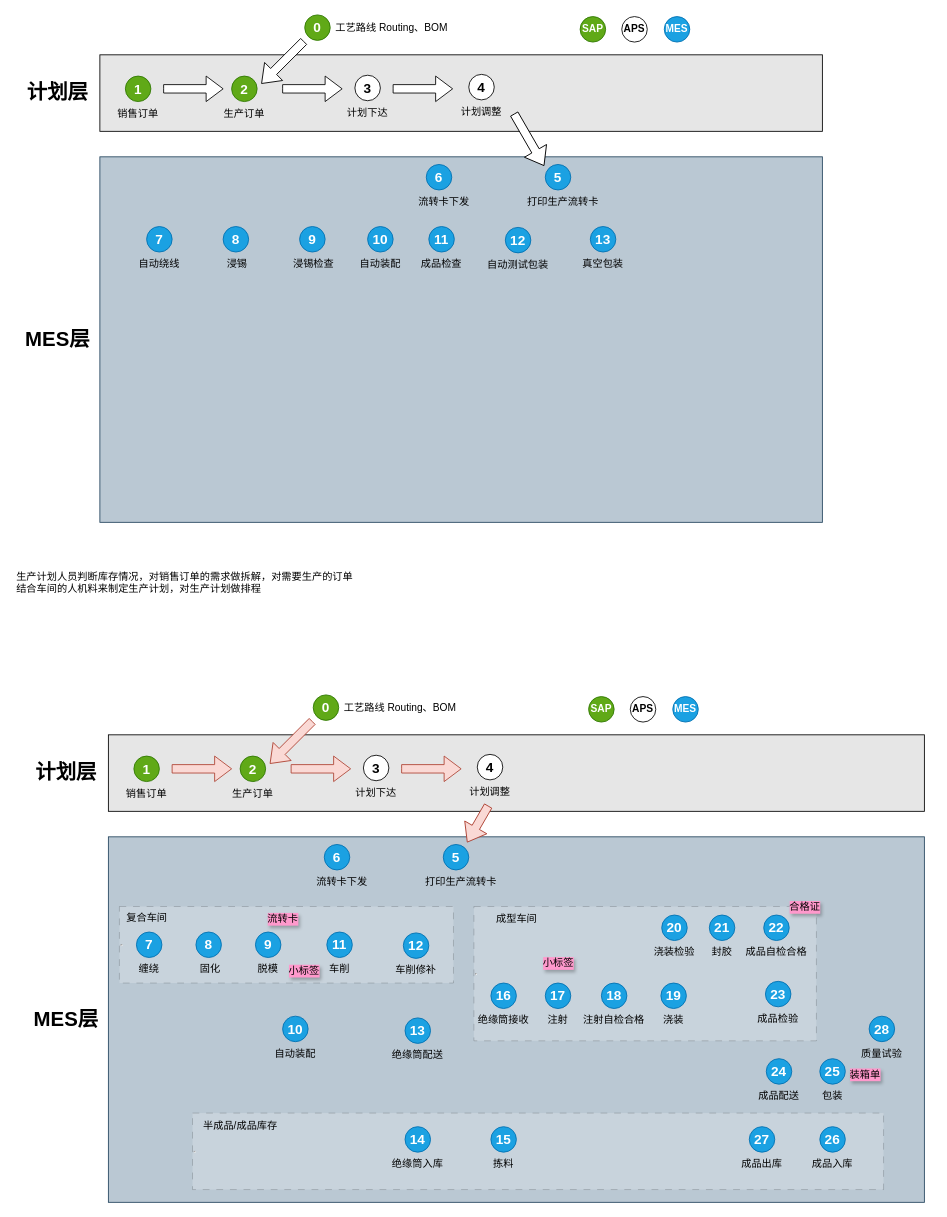
Above: MES.drawio in CJyoung524/DrawIO (draw.io), before the change. Source tidied: cells renumbered, new cells numbered last; positions are measured from the earlier drawing's top-left corner, leaving out a move shared by most shapes. Both pictures are drawn from the tidied source at 85%, with x=0, y=0 at pixel (14, 14).
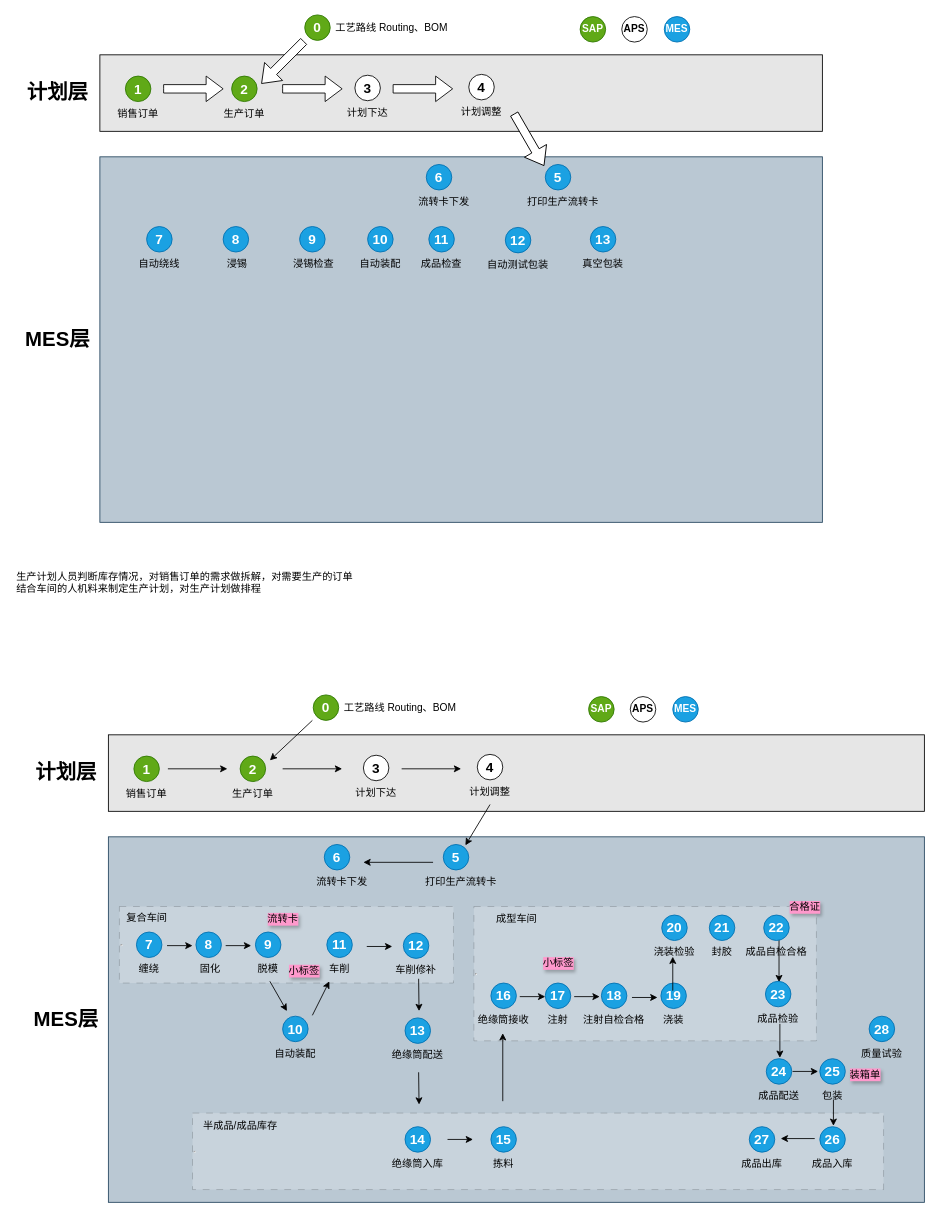
After the change.

Unchanged cells that the change refers to:
```xml
<mxCell id="81" style="group;" parent="1" vertex="1">
  <mxGeometry x="336" y="800" width="190" height="60" as="geometry" />
</mxCell>
<mxCell id="94" value="计划调整" style="text;html=1;align=center;verticalAlign=middle;whiteSpace=wrap;rounded=0;" parent="93" vertex="1">
  <mxGeometry y="30" width="60" height="30" as="geometry" />
</mxCell>
<mxCell id="168" style="group;" parent="167" vertex="1">
  <mxGeometry width="93" height="60" as="geometry" />
</mxCell>
<mxCell id="190" style="group;" parent="189" vertex="1">
  <mxGeometry width="90" height="60" as="geometry" />
</mxCell>
<mxCell id="193" style="group;" parent="1" vertex="1">
  <mxGeometry x="200" y="1077" width="330" height="76" as="geometry" />
</mxCell>
```

The edit, as a diff of the source:
```diff
@@
-    <mxCell id="74" style="html=1;shadow=0;dashed=0;align=center;verticalAlign=middle;shape=mxgraph.arrows2.arrow;dy=0.67;dx=20;notch=0;fillColor=#fad9d5;strokeColor=#ae4132;" parent="1" vertex="1">
-      <mxGeometry x="185" y="872" width="70" height="30" as="geometry" />
-    </mxCell>
@@
-    <mxCell id="84" style="html=1;shadow=0;dashed=0;align=center;verticalAlign=middle;shape=mxgraph.arrows2.arrow;dy=0.67;dx=20;notch=0;rotation=-225;fillColor=#fad9d5;strokeColor=#ae4132;" parent="1" vertex="1">
-      <mxGeometry x="290" y="841" width="70" height="30" as="geometry" />
-    </mxCell>
-    <mxCell id="85" style="html=1;shadow=0;dashed=0;align=center;verticalAlign=middle;shape=mxgraph.arrows2.arrow;dy=0.67;dx=20;notch=0;fillColor=#fad9d5;strokeColor=#ae4132;" parent="1" vertex="1">
-      <mxGeometry x="325" y="872" width="70" height="30" as="geometry" />
-    </mxCell>
+    <mxCell id="204" style="endArrow=classic;html=1;rounded=0;" parent="81" edge="1">
+      <mxGeometry relative="1" as="geometry">
+        <mxPoint x="14" y="30" as="sourcePoint" />
+        <mxPoint x="-36" y="77" as="targetPoint" />
+      </mxGeometry>
+    </mxCell>
@@
-    <mxCell id="87" style="html=1;shadow=0;dashed=0;align=center;verticalAlign=middle;shape=mxgraph.arrows2.arrow;dy=0.67;dx=20;notch=0;fillColor=#fad9d5;strokeColor=#ae4132;" parent="1" vertex="1">
-      <mxGeometry x="455" y="872" width="70" height="30" as="geometry" />
-    </mxCell>
@@
-    <mxCell id="137" style="html=1;shadow=0;dashed=0;align=center;verticalAlign=middle;shape=mxgraph.arrows2.arrow;dy=0.67;dx=20;notch=0;rotation=120;fillColor=#fad9d5;strokeColor=#ae4132;" parent="1" vertex="1">
-      <mxGeometry x="520" y="937" width="49" height="30" as="geometry" />
-    </mxCell>
@@
+    <mxCell id="205" style="endArrow=classic;html=1;rounded=0;" parent="168" edge="1">
+      <mxGeometry relative="1" as="geometry">
+        <mxPoint x="33" y="30" as="sourcePoint" />
+        <mxPoint x="33" y="80" as="targetPoint" />
+      </mxGeometry>
+    </mxCell>
@@
+    <mxCell id="206" style="endArrow=classic;html=1;rounded=0;" parent="190" edge="1">
+      <mxGeometry relative="1" as="geometry">
+        <mxPoint x="92" y="15" as="sourcePoint" />
+        <mxPoint x="52" y="15" as="targetPoint" />
+      </mxGeometry>
+    </mxCell>
@@
+    <mxCell id="207" style="endArrow=classic;html=1;rounded=0;" parent="193" edge="1">
+      <mxGeometry relative="1" as="geometry">
+        <mxPoint x="-21" y="18" as="sourcePoint" />
+        <mxPoint x="9" y="18" as="targetPoint" />
+      </mxGeometry>
+    </mxCell>
+    <mxCell id="208" style="endArrow=classic;html=1;rounded=0;" parent="193" edge="1">
+      <mxGeometry relative="1" as="geometry">
+        <mxPoint x="150" y="100" as="sourcePoint" />
+        <mxPoint x="170" y="60" as="targetPoint" />
+      </mxGeometry>
+    </mxCell>
+    <mxCell id="209" style="endArrow=classic;html=1;rounded=0;" parent="193" edge="1">
+      <mxGeometry relative="1" as="geometry">
+        <mxPoint x="100" y="60" as="sourcePoint" />
+        <mxPoint x="120" y="95" as="targetPoint" />
+      </mxGeometry>
+    </mxCell>
+    <mxCell id="210" style="endArrow=classic;html=1;rounded=0;" parent="193" edge="1">
+      <mxGeometry relative="1" as="geometry">
+        <mxPoint x="275" y="57" as="sourcePoint" />
+        <mxPoint x="275.5" y="95" as="targetPoint" />
+      </mxGeometry>
+    </mxCell>
@@
+    <mxCell id="211" style="endArrow=classic;html=1;rounded=0;exitX=0.5;exitY=1;exitDx=0;exitDy=0;" parent="1" edge="1" source="94">
+      <mxGeometry relative="1" as="geometry">
+        <mxPoint x="530" y="977" as="targetPoint" />
+      </mxGeometry>
+    </mxCell>
+    <mxCell id="212" style="endArrow=classic;html=1;rounded=0;" parent="1" edge="1">
+      <mxGeometry relative="1" as="geometry">
+        <mxPoint x="180" y="887" as="sourcePoint" />
+        <mxPoint x="250" y="887" as="targetPoint" />
+      </mxGeometry>
+    </mxCell>
+    <mxCell id="213" style="endArrow=classic;html=1;rounded=0;" parent="1" edge="1">
+      <mxGeometry relative="1" as="geometry">
+        <mxPoint x="315" y="887" as="sourcePoint" />
+        <mxPoint x="385" y="887" as="targetPoint" />
+      </mxGeometry>
+    </mxCell>
+    <mxCell id="214" style="endArrow=classic;html=1;rounded=0;" parent="1" edge="1">
+      <mxGeometry relative="1" as="geometry">
+        <mxPoint x="455" y="887" as="sourcePoint" />
+        <mxPoint x="525" y="887" as="targetPoint" />
+      </mxGeometry>
+    </mxCell>
+    <mxCell id="215" style="endArrow=classic;html=1;rounded=0;" parent="1" edge="1">
+      <mxGeometry relative="1" as="geometry">
+        <mxPoint x="492" y="997" as="sourcePoint" />
+        <mxPoint x="410" y="997" as="targetPoint" />
+      </mxGeometry>
+    </mxCell>
+    <mxCell id="216" style="endArrow=classic;html=1;rounded=0;" parent="1" edge="1">
+      <mxGeometry relative="1" as="geometry">
+        <mxPoint x="248" y="1095" as="sourcePoint" />
+        <mxPoint x="278" y="1095" as="targetPoint" />
+      </mxGeometry>
+    </mxCell>
+    <mxCell id="217" style="endArrow=classic;html=1;rounded=0;" parent="1" edge="1">
+      <mxGeometry relative="1" as="geometry">
+        <mxPoint x="414" y="1096" as="sourcePoint" />
+        <mxPoint x="444" y="1096" as="targetPoint" />
+      </mxGeometry>
+    </mxCell>
+    <mxCell id="218" style="endArrow=classic;html=1;rounded=0;" parent="1" edge="1">
+      <mxGeometry relative="1" as="geometry">
+        <mxPoint x="475" y="1244" as="sourcePoint" />
+        <mxPoint x="475.5" y="1282" as="targetPoint" />
+      </mxGeometry>
+    </mxCell>
+    <mxCell id="219" style="endArrow=classic;html=1;rounded=0;" parent="1" edge="1">
+      <mxGeometry relative="1" as="geometry">
+        <mxPoint x="509" y="1323" as="sourcePoint" />
+        <mxPoint x="539" y="1323" as="targetPoint" />
+      </mxGeometry>
+    </mxCell>
+    <mxCell id="220" style="endArrow=classic;html=1;rounded=0;" parent="1" edge="1">
+      <mxGeometry relative="1" as="geometry">
+        <mxPoint x="574" y="1278" as="sourcePoint" />
+        <mxPoint x="574" y="1198" as="targetPoint" />
+      </mxGeometry>
+    </mxCell>
+    <mxCell id="221" style="endArrow=classic;html=1;rounded=0;" parent="1" edge="1">
+      <mxGeometry relative="1" as="geometry">
+        <mxPoint x="594" y="1155" as="sourcePoint" />
+        <mxPoint x="624" y="1155" as="targetPoint" />
+      </mxGeometry>
+    </mxCell>
+    <mxCell id="222" style="endArrow=classic;html=1;rounded=0;" parent="1" edge="1">
+      <mxGeometry relative="1" as="geometry">
+        <mxPoint x="658" y="1155" as="sourcePoint" />
+        <mxPoint x="688" y="1155" as="targetPoint" />
+      </mxGeometry>
+    </mxCell>
+    <mxCell id="223" style="endArrow=classic;html=1;rounded=0;" parent="1" edge="1">
+      <mxGeometry relative="1" as="geometry">
+        <mxPoint x="726" y="1156" as="sourcePoint" />
+        <mxPoint x="756" y="1156" as="targetPoint" />
+      </mxGeometry>
+    </mxCell>
+    <mxCell id="224" style="endArrow=classic;html=1;rounded=0;" parent="1" edge="1">
+      <mxGeometry relative="1" as="geometry">
+        <mxPoint x="774" y="1148" as="sourcePoint" />
+        <mxPoint x="774" y="1108" as="targetPoint" />
+      </mxGeometry>
+    </mxCell>
+    <mxCell id="225" style="endArrow=classic;html=1;rounded=0;" parent="1" edge="1">
+      <mxGeometry relative="1" as="geometry">
+        <mxPoint x="900" y="1187" as="sourcePoint" />
+        <mxPoint x="900" y="1227" as="targetPoint" />
+      </mxGeometry>
+    </mxCell>
+    <mxCell id="226" style="endArrow=classic;html=1;rounded=0;" parent="1" edge="1">
+      <mxGeometry relative="1" as="geometry">
+        <mxPoint x="915" y="1243" as="sourcePoint" />
+        <mxPoint x="945" y="1243" as="targetPoint" />
+      </mxGeometry>
+    </mxCell>
+    <mxCell id="227" style="endArrow=classic;html=1;rounded=0;" parent="1" edge="1">
+      <mxGeometry relative="1" as="geometry">
+        <mxPoint x="963" y="1276" as="sourcePoint" />
+        <mxPoint x="963" y="1307" as="targetPoint" />
+      </mxGeometry>
+    </mxCell>
```
